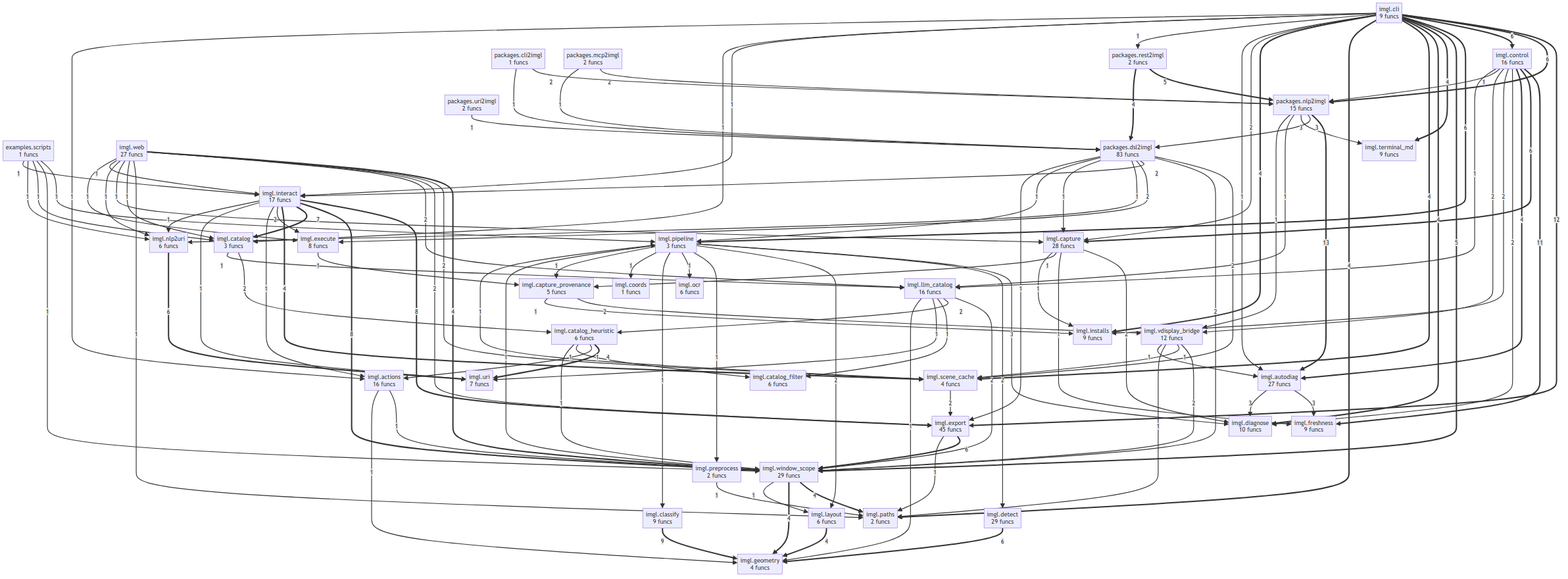
semcod/imgl keeps this Mermaid diagram as project/compact_flow.png. Above is the earlier version. Its source is kept beside it as project/compact_flow.mmd. Source of this version:
```mermaid
flowchart TD
    examples__scripts["examples.scripts<br/>1 funcs"]
    imgl__actions["imgl.actions<br/>16 funcs"]
    imgl__autodiag["imgl.autodiag<br/>27 funcs"]
    imgl__capture["imgl.capture<br/>28 funcs"]
    imgl__capture_provenance["imgl.capture_provenance<br/>5 funcs"]
    imgl__catalog["imgl.catalog<br/>3 funcs"]
    imgl__catalog_filter["imgl.catalog_filter<br/>6 funcs"]
    imgl__catalog_heuristic["imgl.catalog_heuristic<br/>6 funcs"]
    imgl__classify["imgl.classify<br/>9 funcs"]
    imgl__cli["imgl.cli<br/>9 funcs"]
    imgl__control["imgl.control<br/>16 funcs"]
    imgl__coords["imgl.coords<br/>1 funcs"]
    imgl__detect["imgl.detect<br/>29 funcs"]
    imgl__diagnose["imgl.diagnose<br/>10 funcs"]
    imgl__execute["imgl.execute<br/>8 funcs"]
    imgl__export["imgl.export<br/>45 funcs"]
    imgl__freshness["imgl.freshness<br/>9 funcs"]
    imgl__geometry["imgl.geometry<br/>4 funcs"]
    imgl__installs["imgl.installs<br/>9 funcs"]
    imgl__interact["imgl.interact<br/>17 funcs"]
    imgl__layout["imgl.layout<br/>6 funcs"]
    imgl__llm_catalog["imgl.llm_catalog<br/>16 funcs"]
    imgl__nlp2uri["imgl.nlp2uri<br/>6 funcs"]
    imgl__ocr["imgl.ocr<br/>6 funcs"]
    imgl__paths["imgl.paths<br/>2 funcs"]
    imgl__pipeline["imgl.pipeline<br/>3 funcs"]
    imgl__preprocess["imgl.preprocess<br/>2 funcs"]
    imgl__scene_cache["imgl.scene_cache<br/>4 funcs"]
    imgl__terminal_md["imgl.terminal_md<br/>9 funcs"]
    imgl__uri["imgl.uri<br/>7 funcs"]
    imgl__vdisplay_bridge["imgl.vdisplay_bridge<br/>12 funcs"]
    imgl__web["imgl.web<br/>27 funcs"]
    imgl__window_scope["imgl.window_scope<br/>29 funcs"]
    packages__cli2imgl["packages.cli2imgl<br/>1 funcs"]
    packages__dsl2imgl["packages.dsl2imgl<br/>83 funcs"]
    packages__mcp2imgl["packages.mcp2imgl<br/>2 funcs"]
    packages__nlp2imgl["packages.nlp2imgl<br/>15 funcs"]
    packages__rest2imgl["packages.rest2imgl<br/>2 funcs"]
    packages__uri2imgl["packages.uri2imgl<br/>2 funcs"]
    packages__nlp2imgl ==>|13| imgl__autodiag
    imgl__cli ==>|12| imgl__export
    imgl__control ==>|11| imgl__freshness
    imgl__classify ==>|9| imgl__geometry
    imgl__interact ==>|8| imgl__export
    imgl__interact ==>|8| imgl__window_scope
    imgl__interact ==>|7| imgl__catalog
    imgl__nlp2uri ==>|6| imgl__uri
    imgl__control ==>|6| imgl__capture
    imgl__export ==>|6| imgl__window_scope
    imgl__detect ==>|6| imgl__geometry
    imgl__cli ==>|6| packages__nlp2imgl
    imgl__cli ==>|6| imgl__control
    imgl__cli ==>|6| imgl__pipeline
    packages__rest2imgl ==>|5| packages__nlp2imgl
    imgl__cli ==>|5| imgl__window_scope
    packages__rest2imgl ==>|4| packages__dsl2imgl
    imgl__layout ==>|4| imgl__geometry
    imgl__window_scope ==>|4| imgl__paths
    imgl__window_scope ==>|4| imgl__geometry
    imgl__control ==>|4| imgl__autodiag
    imgl__catalog_heuristic ==>|4| imgl__uri
    imgl__web ==>|4| imgl__window_scope
    imgl__cli ==>|4| imgl__terminal_md
    imgl__cli ==>|4| imgl__diagnose
    imgl__cli ==>|4| imgl__scene_cache
    imgl__cli ==>|4| imgl__paths
    imgl__cli ==>|4| imgl__installs
    imgl__interact ==>|4| imgl__scene_cache
    packages__nlp2imgl -->|3| packages__dsl2imgl
    packages__nlp2imgl -->|3| imgl__terminal_md
    imgl__autodiag -->|3| imgl__freshness
    imgl__autodiag -->|3| imgl__diagnose
    imgl__pipeline -->|3| imgl__diagnose
    packages__cli2imgl -->|2| packages__nlp2imgl
    packages__mcp2imgl -->|2| packages__nlp2imgl
    imgl__scene_cache -->|2| imgl__export
    imgl__catalog -->|2| imgl__catalog_heuristic
    imgl__llm_catalog -->|2| imgl__window_scope
    imgl__llm_catalog -->|2| imgl__catalog_heuristic
    imgl__pipeline -->|2| imgl__detect
    imgl__pipeline -->|2| imgl__layout
    imgl__control -->|2| imgl__diagnose
    imgl__control -->|2| imgl__installs
    imgl__control -->|2| imgl__vdisplay_bridge
    imgl__capture_provenance -->|2| imgl__vdisplay_bridge
    imgl__vdisplay_bridge -->|2| imgl__window_scope
    imgl__web -->|2| imgl__scene_cache
    imgl__web -->|2| imgl__export
    imgl__web -->|2| imgl__llm_catalog
    packages__dsl2imgl -->|2| imgl__scene_cache
    packages__dsl2imgl -->|2| imgl__window_scope
    packages__dsl2imgl -->|2| imgl__interact
    packages__dsl2imgl -->|2| imgl__execute
    imgl__cli -->|2| imgl__capture
    imgl__interact -->|2| imgl__execute
    imgl__capture -->|2| imgl__diagnose
    packages__cli2imgl -->|1| packages__dsl2imgl
    packages__uri2imgl -->|1| packages__dsl2imgl
    packages__mcp2imgl -->|1| packages__dsl2imgl
    packages__nlp2imgl -->|1| imgl__llm_catalog
    packages__nlp2imgl -->|1| imgl__vdisplay_bridge
    examples__scripts -->|1| imgl__pipeline
    examples__scripts -->|1| imgl__window_scope
    examples__scripts -->|1| imgl__catalog
    examples__scripts -->|1| imgl__nlp2uri
    examples__scripts -->|1| imgl__interact
    imgl__scene_cache -->|1| imgl__pipeline
    imgl__actions -->|1| imgl__window_scope
    imgl__actions -->|1| imgl__geometry
    imgl__catalog -->|1| imgl__llm_catalog
    imgl__preprocess -->|1| imgl__paths
    imgl__llm_catalog -->|1| imgl__catalog_filter
    imgl__llm_catalog -->|1| imgl__uri
    imgl__llm_catalog -->|1| imgl__geometry
    imgl__window_scope -->|1| imgl__pipeline
    imgl__window_scope -->|1| imgl__layout
    imgl__pipeline -->|1| imgl__preprocess
    imgl__pipeline -->|1| imgl__ocr
    imgl__pipeline -->|1| imgl__classify
    imgl__pipeline -->|1| imgl__coords
    imgl__pipeline -->|1| imgl__capture_provenance
    imgl__control -->|1| packages__nlp2imgl
    imgl__control -->|1| imgl__llm_catalog
    imgl__capture_provenance -->|1| imgl__installs
    imgl__vdisplay_bridge -->|1| imgl__scene_cache
    imgl__vdisplay_bridge -->|1| imgl__paths
    imgl__vdisplay_bridge -->|1| imgl__autodiag
    imgl__catalog_heuristic -->|1| imgl__actions
    imgl__catalog_heuristic -->|1| imgl__catalog_filter
    imgl__catalog_heuristic -->|1| imgl__window_scope
    imgl__export -->|1| imgl__paths
    imgl__web -->|1| imgl__paths
    imgl__web -->|1| imgl__catalog
    imgl__web -->|1| imgl__capture
    imgl__web -->|1| imgl__nlp2uri
    imgl__web -->|1| imgl__interact
    imgl__web -->|1| imgl__execute
    packages__dsl2imgl -->|1| imgl__nlp2uri
    packages__dsl2imgl -->|1| imgl__capture
    packages__dsl2imgl -->|1| imgl__pipeline
    packages__dsl2imgl -->|1| imgl__export
    imgl__cli -->|1| imgl__autodiag
    imgl__cli -->|1| packages__rest2imgl
    imgl__cli -->|1| imgl__interact
    imgl__cli -->|1| imgl__catalog
    imgl__cli -->|1| imgl__actions
    imgl__interact -->|1| imgl__actions
    imgl__interact -->|1| imgl__uri
    imgl__interact -->|1| imgl__nlp2uri
    imgl__capture -->|1| imgl__freshness
    imgl__capture -->|1| imgl__capture_provenance
    imgl__capture -->|1| imgl__installs
    imgl__execute -->|1| imgl__capture_provenance
```
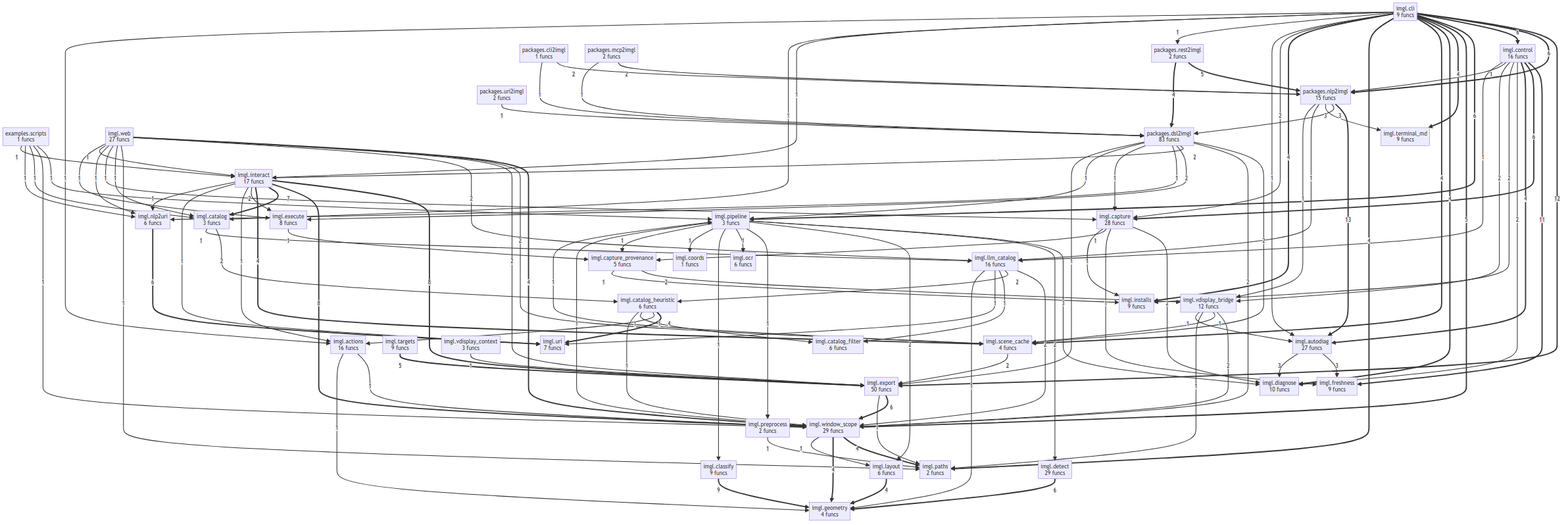
After the commit.

The edit, as a diff of the source:
```diff
@@ -14,7 +14,7 @@
     imgl__detect["imgl.detect<br/>29 funcs"]
     imgl__diagnose["imgl.diagnose<br/>10 funcs"]
     imgl__execute["imgl.execute<br/>8 funcs"]
-    imgl__export["imgl.export<br/>45 funcs"]
+    imgl__export["imgl.export<br/>50 funcs"]
     imgl__freshness["imgl.freshness<br/>9 funcs"]
     imgl__geometry["imgl.geometry<br/>4 funcs"]
     imgl__installs["imgl.installs<br/>9 funcs"]
@@ -27,9 +27,11 @@
     imgl__pipeline["imgl.pipeline<br/>3 funcs"]
     imgl__preprocess["imgl.preprocess<br/>2 funcs"]
     imgl__scene_cache["imgl.scene_cache<br/>4 funcs"]
+    imgl__targets["imgl.targets<br/>9 funcs"]
     imgl__terminal_md["imgl.terminal_md<br/>9 funcs"]
     imgl__uri["imgl.uri<br/>7 funcs"]
     imgl__vdisplay_bridge["imgl.vdisplay_bridge<br/>12 funcs"]
+    imgl__vdisplay_context["imgl.vdisplay_context<br/>3 funcs"]
     imgl__web["imgl.web<br/>27 funcs"]
     imgl__window_scope["imgl.window_scope<br/>29 funcs"]
     packages__cli2imgl["packages.cli2imgl<br/>1 funcs"]
@@ -45,28 +47,29 @@
     imgl__interact ==>|8| imgl__export
     imgl__interact ==>|8| imgl__window_scope
     imgl__interact ==>|7| imgl__catalog
+    imgl__cli ==>|6| packages__nlp2imgl
+    imgl__cli ==>|6| imgl__control
+    imgl__cli ==>|6| imgl__pipeline
     imgl__nlp2uri ==>|6| imgl__uri
     imgl__control ==>|6| imgl__capture
     imgl__export ==>|6| imgl__window_scope
     imgl__detect ==>|6| imgl__geometry
-    imgl__cli ==>|6| packages__nlp2imgl
-    imgl__cli ==>|6| imgl__control
-    imgl__cli ==>|6| imgl__pipeline
     packages__rest2imgl ==>|5| packages__nlp2imgl
     imgl__cli ==>|5| imgl__window_scope
+    imgl__targets ==>|5| imgl__export
     packages__rest2imgl ==>|4| packages__dsl2imgl
+    imgl__cli ==>|4| imgl__terminal_md
+    imgl__cli ==>|4| imgl__diagnose
+    imgl__cli ==>|4| imgl__scene_cache
+    imgl__cli ==>|4| imgl__paths
+    imgl__cli ==>|4| imgl__installs
+    imgl__interact ==>|4| imgl__scene_cache
     imgl__layout ==>|4| imgl__geometry
     imgl__window_scope ==>|4| imgl__paths
     imgl__window_scope ==>|4| imgl__geometry
     imgl__control ==>|4| imgl__autodiag
     imgl__catalog_heuristic ==>|4| imgl__uri
     imgl__web ==>|4| imgl__window_scope
-    imgl__cli ==>|4| imgl__terminal_md
-    imgl__cli ==>|4| imgl__diagnose
-    imgl__cli ==>|4| imgl__scene_cache
-    imgl__cli ==>|4| imgl__paths
-    imgl__cli ==>|4| imgl__installs
-    imgl__interact ==>|4| imgl__scene_cache
     packages__nlp2imgl -->|3| packages__dsl2imgl
     packages__nlp2imgl -->|3| imgl__terminal_md
     imgl__autodiag -->|3| imgl__freshness
@@ -74,8 +77,15 @@
     imgl__pipeline -->|3| imgl__diagnose
     packages__cli2imgl -->|2| packages__nlp2imgl
     packages__mcp2imgl -->|2| packages__nlp2imgl
+    packages__dsl2imgl -->|2| imgl__scene_cache
+    packages__dsl2imgl -->|2| imgl__window_scope
+    packages__dsl2imgl -->|2| imgl__interact
+    packages__dsl2imgl -->|2| imgl__execute
+    imgl__cli -->|2| imgl__capture
     imgl__scene_cache -->|2| imgl__export
+    imgl__interact -->|2| imgl__execute
     imgl__catalog -->|2| imgl__catalog_heuristic
+    imgl__capture -->|2| imgl__diagnose
     imgl__llm_catalog -->|2| imgl__window_scope
     imgl__llm_catalog -->|2| imgl__catalog_heuristic
     imgl__pipeline -->|2| imgl__detect
@@ -88,16 +98,13 @@
     imgl__web -->|2| imgl__scene_cache
     imgl__web -->|2| imgl__export
     imgl__web -->|2| imgl__llm_catalog
-    packages__dsl2imgl -->|2| imgl__scene_cache
-    packages__dsl2imgl -->|2| imgl__window_scope
-    packages__dsl2imgl -->|2| imgl__interact
-    packages__dsl2imgl -->|2| imgl__execute
-    imgl__cli -->|2| imgl__capture
-    imgl__interact -->|2| imgl__execute
-    imgl__capture -->|2| imgl__diagnose
     packages__cli2imgl -->|1| packages__dsl2imgl
     packages__uri2imgl -->|1| packages__dsl2imgl
     packages__mcp2imgl -->|1| packages__dsl2imgl
+    packages__dsl2imgl -->|1| imgl__nlp2uri
+    packages__dsl2imgl -->|1| imgl__capture
+    packages__dsl2imgl -->|1| imgl__pipeline
+    packages__dsl2imgl -->|1| imgl__export
     packages__nlp2imgl -->|1| imgl__llm_catalog
     packages__nlp2imgl -->|1| imgl__vdisplay_bridge
     examples__scripts -->|1| imgl__pipeline
@@ -105,16 +112,28 @@
     examples__scripts -->|1| imgl__catalog
     examples__scripts -->|1| imgl__nlp2uri
     examples__scripts -->|1| imgl__interact
+    imgl__cli -->|1| imgl__autodiag
+    imgl__cli -->|1| packages__rest2imgl
+    imgl__cli -->|1| imgl__interact
+    imgl__cli -->|1| imgl__catalog
+    imgl__cli -->|1| imgl__actions
     imgl__scene_cache -->|1| imgl__pipeline
+    imgl__interact -->|1| imgl__actions
+    imgl__interact -->|1| imgl__uri
+    imgl__interact -->|1| imgl__nlp2uri
     imgl__actions -->|1| imgl__window_scope
     imgl__actions -->|1| imgl__geometry
     imgl__catalog -->|1| imgl__llm_catalog
+    imgl__capture -->|1| imgl__freshness
+    imgl__capture -->|1| imgl__capture_provenance
+    imgl__capture -->|1| imgl__installs
     imgl__preprocess -->|1| imgl__paths
     imgl__llm_catalog -->|1| imgl__catalog_filter
     imgl__llm_catalog -->|1| imgl__uri
     imgl__llm_catalog -->|1| imgl__geometry
     imgl__window_scope -->|1| imgl__pipeline
     imgl__window_scope -->|1| imgl__layout
+    imgl__execute -->|1| imgl__capture_provenance
     imgl__pipeline -->|1| imgl__preprocess
     imgl__pipeline -->|1| imgl__ocr
     imgl__pipeline -->|1| imgl__classify
@@ -136,19 +155,4 @@
     imgl__web -->|1| imgl__nlp2uri
     imgl__web -->|1| imgl__interact
     imgl__web -->|1| imgl__execute
-    packages__dsl2imgl -->|1| imgl__nlp2uri
-    packages__dsl2imgl -->|1| imgl__capture
-    packages__dsl2imgl -->|1| imgl__pipeline
-    packages__dsl2imgl -->|1| imgl__export
-    imgl__cli -->|1| imgl__autodiag
-    imgl__cli -->|1| packages__rest2imgl
-    imgl__cli -->|1| imgl__interact
-    imgl__cli -->|1| imgl__catalog
-    imgl__cli -->|1| imgl__actions
-    imgl__interact -->|1| imgl__actions
-    imgl__interact -->|1| imgl__uri
-    imgl__interact -->|1| imgl__nlp2uri
-    imgl__capture -->|1| imgl__freshness
-    imgl__capture -->|1| imgl__capture_provenance
-    imgl__capture -->|1| imgl__installs
-    imgl__execute -->|1| imgl__capture_provenance
+    imgl__vdisplay_context -->|1| imgl__export
```
